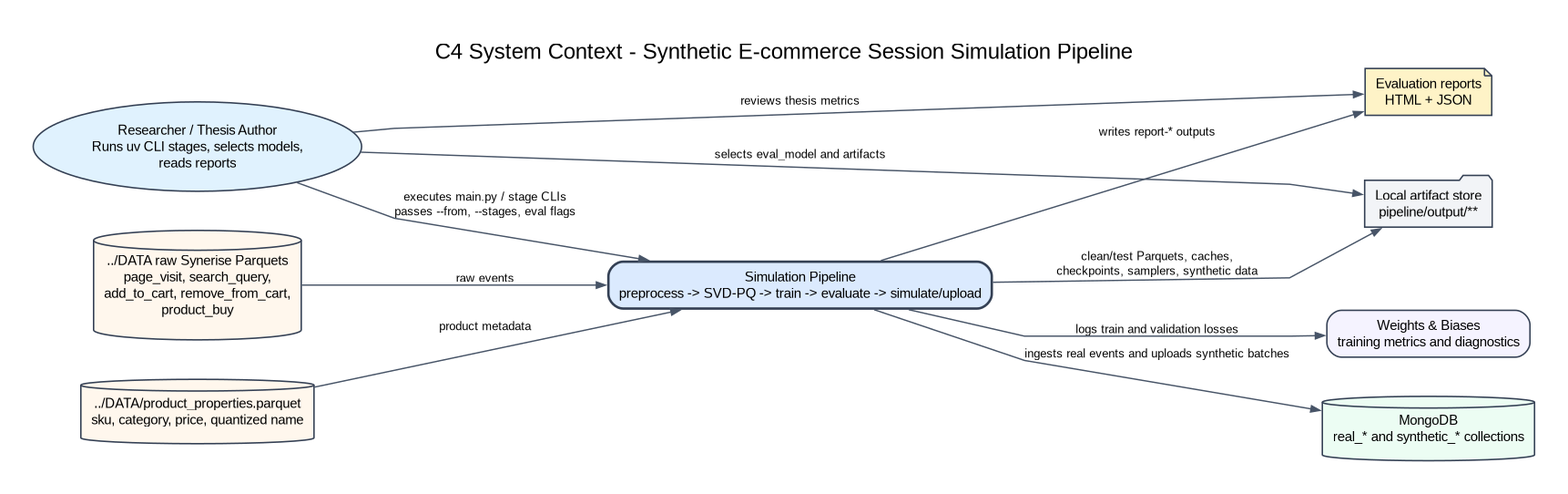
Above: code/diagrams/graphviz/01_c4_system_context.png in mofumail/synth-data-gen (Graphviz), before the change. Its source is kept beside it as code/diagrams/graphviz/01_c4_system_context.dot. The source it was exported from:
```dot
digraph c4_system_context {

graph [
  fontname="Inter,Arial,sans-serif",
  fontsize=18,
  labelloc=t,
  margin=0.18,
  pad=0.2,
  ranksep=0.75,
  nodesep=0.45,
  splines=polyline,
  bgcolor="white"
];
node [
  fontname="Inter,Arial,sans-serif",
  fontsize=11,
  shape=box,
  style="rounded,filled",
  color="#344054",
  penwidth=1.2,
  fillcolor="#F8FAFC",
  margin="0.12,0.08"
];
edge [
  fontname="Inter,Arial,sans-serif",
  fontsize=10,
  color="#475467",
  arrowsize=0.75,
  penwidth=1.1
];

rankdir=LR;
label="C4 System Context - Synthetic E-commerce Session Simulation Pipeline";


researcher [label="Researcher / Thesis Author\nRuns uv CLI stages, selects models,\nreads reports", shape=ellipse, fillcolor="#E0F2FE"];
raw [label="../DATA raw Synerise Parquets\npage_visit, search_query,\nadd_to_cart, remove_from_cart,\nproduct_buy", shape=cylinder, fillcolor="#FFF7ED"];
props [label="../DATA/product_properties.parquet\nsku, category, price, quantized name", shape=cylinder, fillcolor="#FFF7ED"];
wandb [label="Weights & Biases\ntraining metrics and diagnostics", shape=box, fillcolor="#F5F3FF"];
mongo [label="MongoDB\nreal_* and synthetic_* collections", shape=cylinder, fillcolor="#ECFDF3"];
filesystem [label="Local artifact store\npipeline/output/**", shape=folder, fillcolor="#F2F4F7"];
reports [label="Evaluation reports\nHTML + JSON", shape=note, fillcolor="#FEF3C7"];
pipeline [label="Simulation Pipeline\npreprocess -> SVD-PQ -> train -> evaluate -> simulate/upload", shape=box, penwidth=2.0, fillcolor="#DBEAFE"];

researcher -> pipeline [label="executes main.py / stage CLIs\npasses --from, --stages, eval flags"];
raw -> pipeline [label="raw events"];
props -> pipeline [label="product metadata"];
pipeline -> filesystem [label="clean/test Parquets, caches,\ncheckpoints, samplers, synthetic data"];
pipeline -> wandb [label="logs train and validation losses"];
pipeline -> reports [label="writes report-* outputs"];
pipeline -> mongo [label="ingests real events and uploads synthetic batches"];
researcher -> reports [label="reviews thesis metrics"];
researcher -> filesystem [label="selects eval_model and artifacts"];

}
```
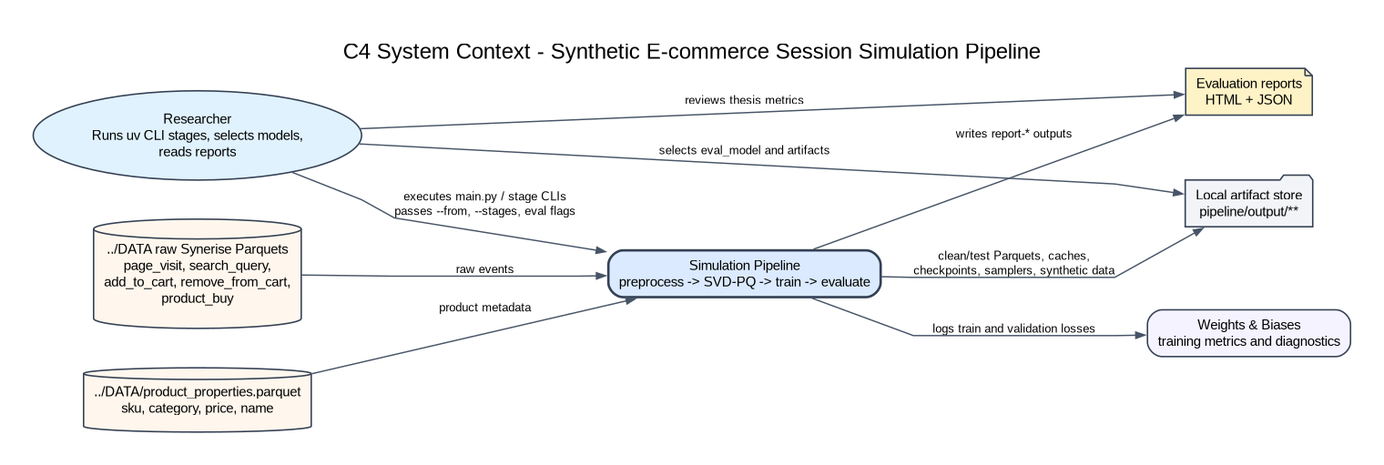
After the change.

Diff of the diagram source:
```diff
@@ -33,14 +33,13 @@
 label="C4 System Context - Synthetic E-commerce Session Simulation Pipeline";
 
 
-researcher [label="Researcher / Thesis Author\nRuns uv CLI stages, selects models,\nreads reports", shape=ellipse, fillcolor="#E0F2FE"];
+researcher [label="Researcher\nRuns uv CLI stages, selects models,\nreads reports", shape=ellipse, fillcolor="#E0F2FE"];
 raw [label="../DATA raw Synerise Parquets\npage_visit, search_query,\nadd_to_cart, remove_from_cart,\nproduct_buy", shape=cylinder, fillcolor="#FFF7ED"];
-props [label="../DATA/product_properties.parquet\nsku, category, price, quantized name", shape=cylinder, fillcolor="#FFF7ED"];
+props [label="../DATA/product_properties.parquet\nsku, category, price, name", shape=cylinder, fillcolor="#FFF7ED"];
 wandb [label="Weights & Biases\ntraining metrics and diagnostics", shape=box, fillcolor="#F5F3FF"];
-mongo [label="MongoDB\nreal_* and synthetic_* collections", shape=cylinder, fillcolor="#ECFDF3"];
 filesystem [label="Local artifact store\npipeline/output/**", shape=folder, fillcolor="#F2F4F7"];
 reports [label="Evaluation reports\nHTML + JSON", shape=note, fillcolor="#FEF3C7"];
-pipeline [label="Simulation Pipeline\npreprocess -> SVD-PQ -> train -> evaluate -> simulate/upload", shape=box, penwidth=2.0, fillcolor="#DBEAFE"];
+pipeline [label="Simulation Pipeline\npreprocess -> SVD-PQ -> train -> evaluate", shape=box, penwidth=2.0, fillcolor="#DBEAFE"];
 
 researcher -> pipeline [label="executes main.py / stage CLIs\npasses --from, --stages, eval flags"];
 raw -> pipeline [label="raw events"];
@@ -48,7 +47,6 @@
 pipeline -> filesystem [label="clean/test Parquets, caches,\ncheckpoints, samplers, synthetic data"];
 pipeline -> wandb [label="logs train and validation losses"];
 pipeline -> reports [label="writes report-* outputs"];
-pipeline -> mongo [label="ingests real events and uploads synthetic batches"];
 researcher -> reports [label="reviews thesis metrics"];
 researcher -> filesystem [label="selects eval_model and artifacts"];
 
```
